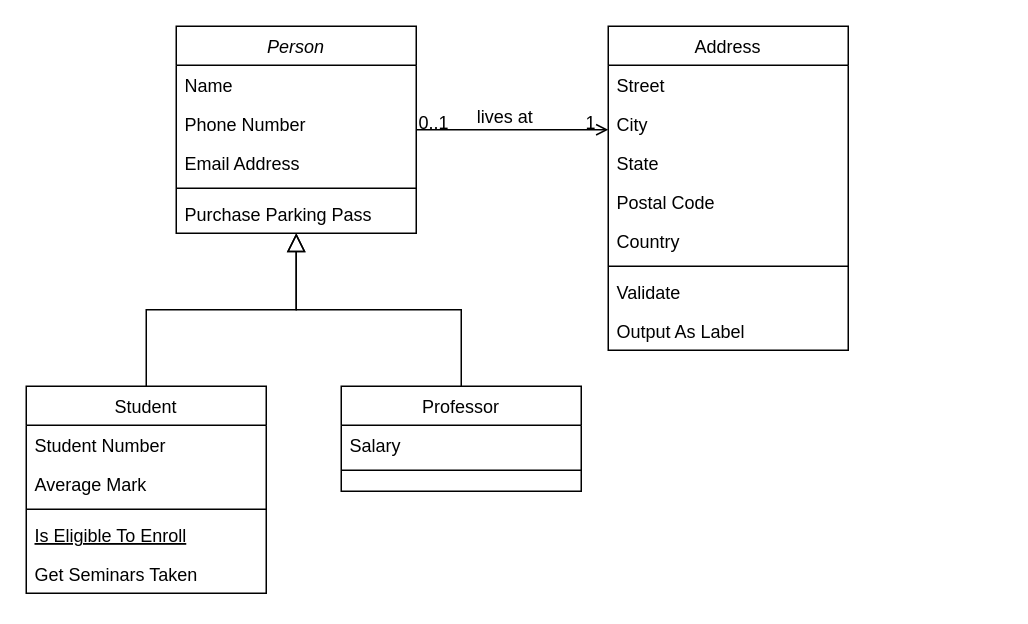
USB-IBCS-2425/Dark_Customer keeps this draw.io diagram as UMLDiagramsPractice.drawio. Above is the earlier version. Source tidied: cells renumbered, new cells numbered last; positions are measured from the earlier drawing's top-left corner, leaving out a move shared by most shapes. Both pictures are drawn from the tidied source at 150%, with x=0, y=0 at pixel (26, 26).
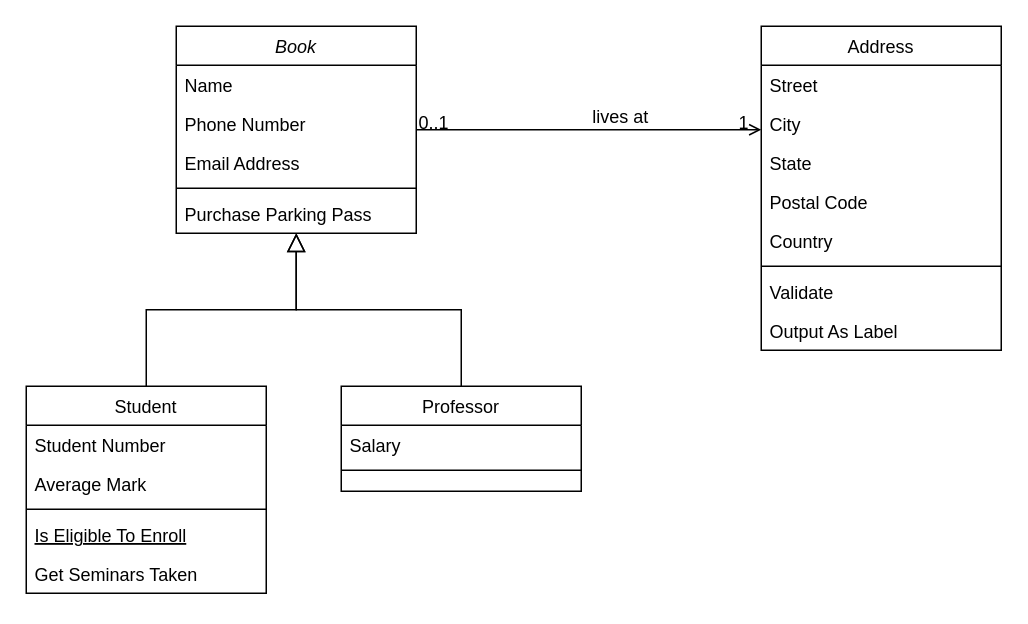
The same page after the edit.

Diff of the diagram source:
```diff
@@
-    <mxCell id="2" value="Person" style="swimlane;fontStyle=2;align=center;verticalAlign=top;horizontal=1;startSize=26;rounded=0;shadow=0;strokeWidth=1;" parent="1" vertex="1">
+    <mxCell id="2" value="Book" style="swimlane;fontStyle=2;align=center;verticalAlign=top;horizontal=1;startSize=26;rounded=0;shadow=0;strokeWidth=1;" parent="1" vertex="1">
       <mxGeometry x="100" width="160" height="138" as="geometry" />
     </mxCell>
@@
     <mxCell id="19" value="Address" style="swimlane;fontStyle=0;align=center;verticalAlign=top;horizontal=1;startSize=26;rounded=0;shadow=0;strokeWidth=1;" parent="1" vertex="1">
-      <mxGeometry x="388" width="160" height="216" as="geometry" />
+      <mxGeometry x="490" width="160" height="216" as="geometry" />
     </mxCell>
```
